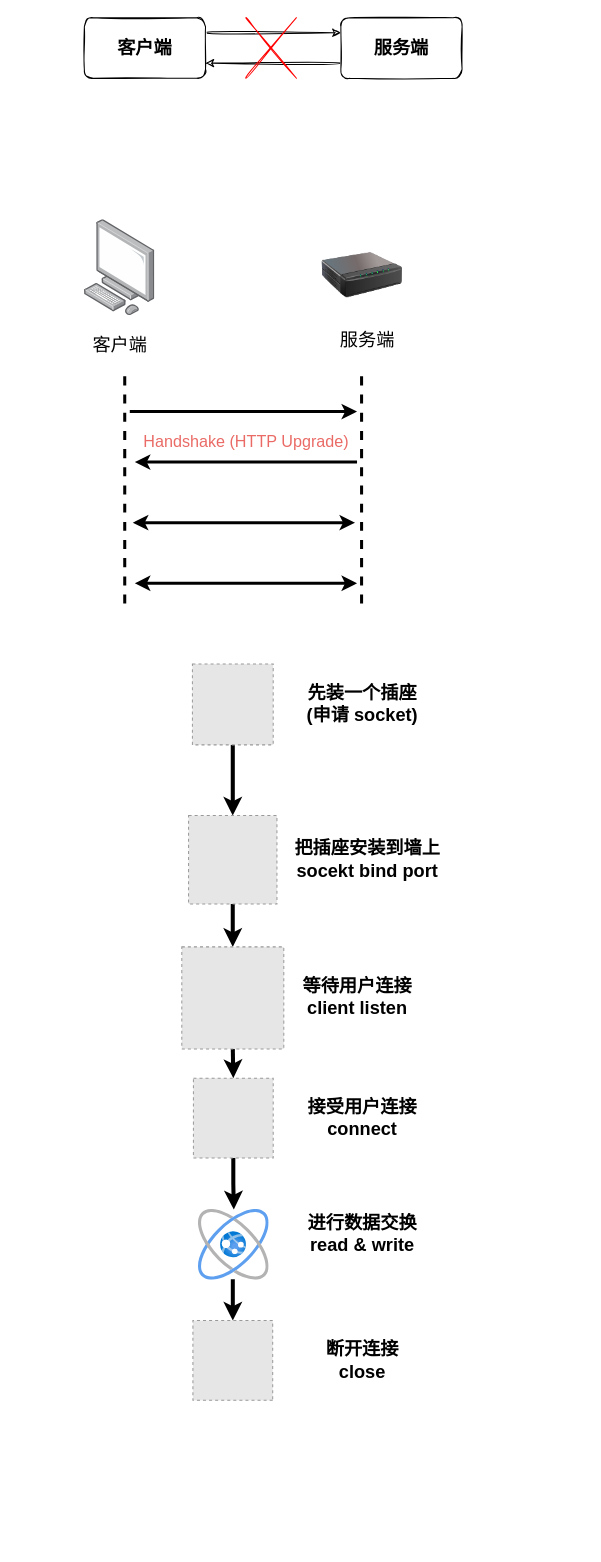
Above: socket.drawio in C-wx/MindManager (draw.io), before the change. Source tidied: cells renumbered, new cells numbered last; positions are measured from the earlier drawing's top-left corner, leaving out a move shared by most shapes. Both pictures are drawn from the tidied source at 101%, with x=0, y=0 at pixel (84, 17). Pictures stored in the file or linked from it are replaced by grey dashed boxes.
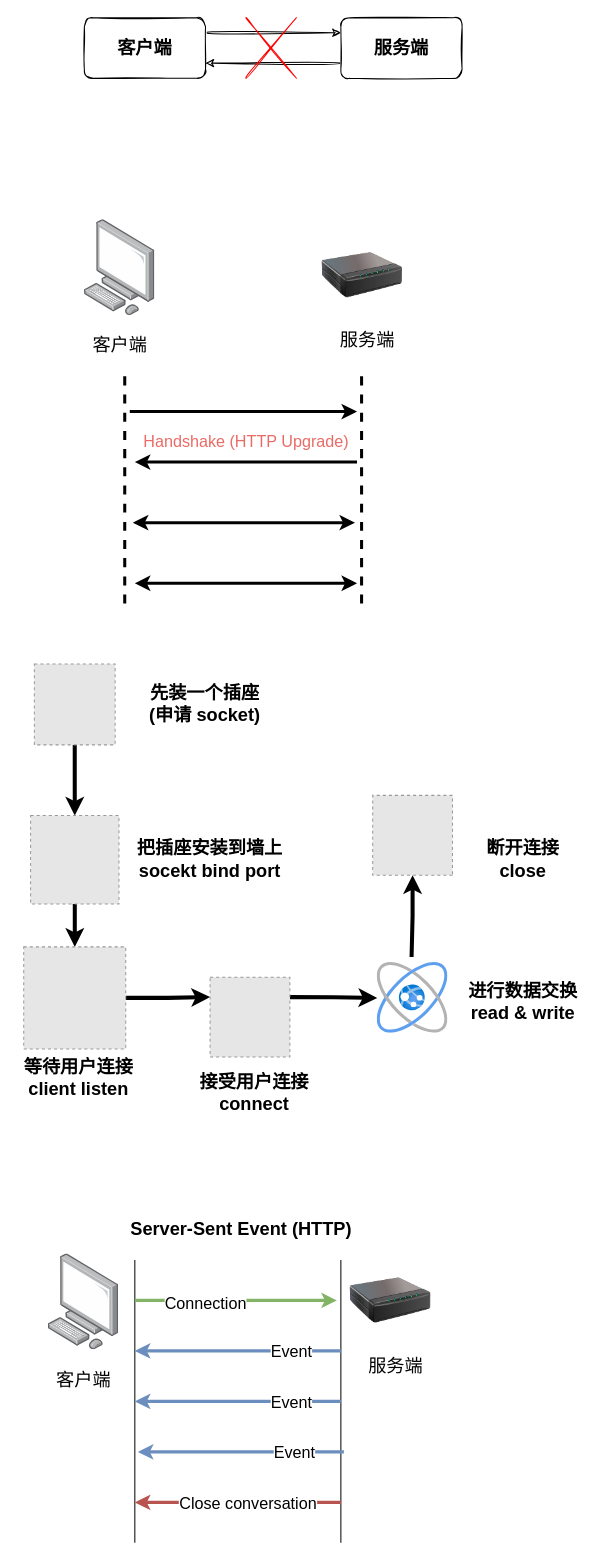
The same page after the edit.

Change to the diagram source:
```diff
@@
     <mxCell id="20" style="fillColor=#E6E6E6;strokeColor=#999999;dashed=1;html=1;verticalAlign=top;verticalLabelPosition=bottom;labelBackgroundColor=#ffffff;" parent="1" vertex="1">
-      <mxGeometry x="107" y="640" width="80" height="80" as="geometry" />
+      <mxGeometry x="-49.5" y="640" width="80" height="80" as="geometry" />
     </mxCell>
@@
     <mxCell id="22" style="fillColor=#E6E6E6;strokeColor=#999999;dashed=1;html=1;verticalAlign=top;verticalLabelPosition=bottom;labelBackgroundColor=#ffffff;" parent="1" vertex="1">
-      <mxGeometry x="103.2" y="790" width="87.5" height="87.5" as="geometry" />
+      <mxGeometry x="-53.2" y="790" width="87.5" height="87.5" as="geometry" />
     </mxCell>
-    <mxCell id="23" style="edgeStyle=orthogonalEdgeStyle;rounded=0;jettySize=auto;html=1;exitX=0.5;exitY=1;exitDx=0;exitDy=0;entryX=0.5;entryY=0;entryDx=0;entryDy=0;strokeWidth=4;" parent="1" edge="1" source="24" target="26">
+    <mxCell id="23" style="edgeStyle=orthogonalEdgeStyle;rounded=0;jettySize=auto;html=1;exitX=1;exitY=0.5;exitDx=0;exitDy=0;entryX=0;entryY=0.25;entryDx=0;entryDy=0;strokeWidth=4;" parent="1" edge="1" source="24" target="26">
       <mxGeometry relative="1" as="geometry" />
     </mxCell>
     <mxCell id="24" style="fillColor=#E6E6E6;strokeColor=#999999;dashed=1;html=1;verticalAlign=top;verticalLabelPosition=bottom;labelBackgroundColor=#ffffff;" parent="1" vertex="1">
-      <mxGeometry x="96.5" y="920" width="101" height="101" as="geometry" />
+      <mxGeometry x="-60" y="920" width="101" height="101" as="geometry" />
     </mxCell>
-    <mxCell id="25" style="edgeStyle=orthogonalEdgeStyle;rounded=0;jettySize=auto;html=1;exitX=0.5;exitY=1;exitDx=0;exitDy=0;strokeWidth=4;" parent="1" edge="1" source="26" target="27">
+    <mxCell id="25" style="edgeStyle=orthogonalEdgeStyle;rounded=0;jettySize=auto;html=1;exitX=1;exitY=0.25;exitDx=0;exitDy=0;strokeWidth=4;" parent="1" edge="1" source="26" target="27">
       <mxGeometry relative="1" as="geometry" />
     </mxCell>
     <mxCell id="26" style="fillColor=#E6E6E6;strokeColor=#999999;dashed=1;html=1;verticalAlign=top;verticalLabelPosition=bottom;labelBackgroundColor=#ffffff;" parent="1" vertex="1">
-      <mxGeometry x="108" y="1050" width="79" height="79" as="geometry" />
+      <mxGeometry x="124.5" y="950" width="79" height="79" as="geometry" />
     </mxCell>
     <mxCell id="27" style="html=1;points=[];align=center;image;fontSize=12;image=img/lib/azure2/general/Website_Power.svg;strokeWidth=4;" parent="1" vertex="1">
-      <mxGeometry x="113" y="1180" width="70" height="70" as="geometry" />
+      <mxGeometry x="290" y="935.5" width="70" height="70" as="geometry" />
     </mxCell>
-    <mxCell id="28" style="edgeStyle=orthogonalEdgeStyle;rounded=0;jettySize=auto;html=1;exitX=0.5;exitY=1;exitDx=0;exitDy=0;entryX=0.486;entryY=0.986;entryDx=0;entryDy=0;entryPerimeter=0;endArrow=none;endFill=0;startArrow=classic;startFill=1;strokeWidth=4;" parent="1" edge="1" source="29" target="27">
-      <mxGeometry relative="1" as="geometry" />
+    <mxCell id="28" style="edgeStyle=orthogonalEdgeStyle;rounded=0;jettySize=auto;html=1;exitX=0.5;exitY=0;exitDx=0;exitDy=0;endArrow=none;endFill=0;startArrow=classic;startFill=1;strokeWidth=4;" parent="1" edge="1" source="29">
+      <mxGeometry relative="1" as="geometry">
+        <mxPoint x="324" y="930" as="targetPoint" />
+      </mxGeometry>
     </mxCell>
     <mxCell id="29" style="fillColor=#E6E6E6;strokeColor=#999999;dashed=1;html=1;verticalAlign=top;verticalLabelPosition=bottom;labelBackgroundColor=#ffffff;rotation=-180;" parent="1" vertex="1">
-      <mxGeometry x="107.5" y="1290" width="79" height="79" as="geometry" />
+      <mxGeometry x="285.5" y="770" width="79" height="79" as="geometry" />
     </mxCell>
     <mxCell id="30" value="&lt;b&gt;&lt;font style=&quot;font-size: 18px&quot;&gt;先装一个插座&lt;br&gt;(申请 socket)&lt;br&gt;&lt;/font&gt;&lt;/b&gt;" style="text;html=1;align=center;verticalAlign=middle;strokeColor=none;fillColor=none;" parent="1" vertex="1">
-      <mxGeometry x="210" y="660" width="130" height="40" as="geometry" />
+      <mxGeometry x="53.5" y="660" width="130" height="40" as="geometry" />
     </mxCell>
     <mxCell id="31" value="&lt;b&gt;把插座安装到墙上&lt;br&gt;socekt bind port&lt;br&gt;&lt;/b&gt;" style="text;html=1;align=center;verticalAlign=middle;strokeColor=none;fillColor=none;fontSize=18;" parent="1" vertex="1">
-      <mxGeometry x="200" y="808.8" width="160" height="50" as="geometry" />
+      <mxGeometry x="43.5" y="808.8" width="160" height="50" as="geometry" />
     </mxCell>
     <mxCell id="32" value="&lt;b&gt;等待用户连接&lt;br&gt;client listen&lt;/b&gt;" style="text;html=1;align=center;verticalAlign=middle;strokeColor=none;fillColor=none;fontSize=18;" parent="1" vertex="1">
-      <mxGeometry x="210" y="945" width="120" height="50" as="geometry" />
+      <mxGeometry x="-66.5" y="1024.5" width="120" height="50" as="geometry" />
     </mxCell>
@@
     <mxCell id="34" value="&lt;b&gt;接受用户连接&lt;br&gt;connect&lt;/b&gt;" style="text;html=1;align=center;verticalAlign=middle;strokeColor=none;fillColor=none;fontSize=18;" parent="1" vertex="1">
-      <mxGeometry x="215" y="1064.5" width="120" height="50" as="geometry" />
+      <mxGeometry x="107.5" y="1040" width="120" height="50" as="geometry" />
     </mxCell>
     <mxCell id="35" value="&lt;b&gt;进行数据交换&lt;br&gt;read &amp;amp; write&lt;br&gt;&lt;/b&gt;" style="text;html=1;align=center;verticalAlign=middle;strokeColor=none;fillColor=none;fontSize=18;" parent="1" vertex="1">
-      <mxGeometry x="215" y="1180" width="120" height="50" as="geometry" />
+      <mxGeometry x="374" y="950" width="120" height="50" as="geometry" />
     </mxCell>
     <mxCell id="36" value="&lt;b&gt;断开连接&lt;br&gt;close&lt;/b&gt;" style="text;html=1;align=center;verticalAlign=middle;strokeColor=none;fillColor=none;fontSize=18;" parent="1" vertex="1">
-      <mxGeometry x="230" y="1304.5" width="90" height="50" as="geometry" />
+      <mxGeometry x="389" y="808.8" width="90" height="50" as="geometry" />
     </mxCell>
+    <mxCell id="37" value="&lt;b&gt;&lt;font style=&quot;font-size: 18px&quot;&gt;Server-Sent Event (HTTP)&lt;/font&gt;&lt;/b&gt;" style="text;html=1;align=center;verticalAlign=middle;strokeColor=none;fillColor=none;" parent="1" vertex="1">
+      <mxGeometry x="40" y="1190" width="230" height="20" as="geometry" />
+    </mxCell>
+    <mxCell id="38" style="group;" parent="1" vertex="1">
+      <mxGeometry x="-35.8" y="1224" width="70" height="140" as="geometry" />
+    </mxCell>
+    <mxCell id="39" style="html=1;align=center;shadow=0;dashed=0;image;image=img/lib/allied_telesis/computer_and_terminals/Personal_Computer.svg;sketch=1;fontSize=18;fontColor=#EA6B66;" parent="38" vertex="1">
+      <mxGeometry width="70" height="94.9" as="geometry" />
+    </mxCell>
+    <mxCell id="40" value="客户端" style="text;html=1;align=center;verticalAlign=middle;strokeColor=none;fillColor=none;fontSize=18;fontColor=#000000;" parent="38" vertex="1">
+      <mxGeometry y="110" width="70" height="30" as="geometry" />
+    </mxCell>
+    <mxCell id="41" style="group;" parent="1" vertex="1">
+      <mxGeometry x="263" y="1230" width="80" height="120.1" as="geometry" />
+    </mxCell>
+    <mxCell id="42" style="image;html=1;image=img/lib/clip_art/networking/Print_Server_128x128.png;sketch=1;fontSize=18;fontColor=#EA6B66;" parent="41" vertex="1">
+      <mxGeometry width="80" height="80" as="geometry" />
+    </mxCell>
+    <mxCell id="43" value="服务端" style="text;html=1;align=center;verticalAlign=middle;strokeColor=none;fillColor=none;fontSize=18;fontColor=#000000;" parent="41" vertex="1">
+      <mxGeometry x="10" y="90.1" width="70" height="30" as="geometry" />
+    </mxCell>
+    <mxCell id="44" style="endArrow=none;html=1;rounded=0;fontSize=16;" parent="1" edge="1">
+      <mxGeometry relative="1" as="geometry">
+        <mxPoint x="50" y="1510" as="sourcePoint" />
+        <mxPoint x="50" y="1230" as="targetPoint" />
+      </mxGeometry>
+    </mxCell>
+    <mxCell id="45" style="endArrow=none;html=1;rounded=0;fontSize=16;" parent="1" edge="1">
+      <mxGeometry relative="1" as="geometry">
+        <mxPoint x="254" y="1510" as="sourcePoint" />
+        <mxPoint x="254" y="1230" as="targetPoint" />
+      </mxGeometry>
+    </mxCell>
+    <mxCell id="46" style="endArrow=classic;html=1;rounded=0;fontSize=16;fillColor=#d5e8d4;gradientColor=#97d077;strokeColor=#82b366;strokeWidth=3;" parent="1" edge="1">
+      <mxGeometry relative="1" as="geometry">
+        <mxPoint x="50" y="1270" as="sourcePoint" />
+        <mxPoint x="250" y="1270" as="targetPoint" />
+      </mxGeometry>
+    </mxCell>
+    <mxCell id="47" value="Connection" style="edgeLabel;html=1;align=center;verticalAlign=middle;fontSize=16;" parent="46" vertex="1">
+      <mxGeometry x="-0.77" y="3" relative="1" as="geometry">
+        <mxPoint x="46" y="5" as="offset" />
+      </mxGeometry>
+    </mxCell>
+    <mxCell id="48" style="endArrow=classic;html=1;rounded=0;fontSize=16;fillColor=#dae8fc;gradientColor=#7ea6e0;strokeColor=#6c8ebf;strokeWidth=3;" parent="1" edge="1">
+      <mxGeometry relative="1" as="geometry">
+        <mxPoint x="254" y="1320" as="sourcePoint" />
+        <mxPoint x="50" y="1320" as="targetPoint" />
+      </mxGeometry>
+    </mxCell>
+    <mxCell id="49" value="Event" style="edgeLabel;html=1;align=center;verticalAlign=middle;fontSize=16;" parent="48" vertex="1">
+      <mxGeometry x="-0.77" y="3" relative="1" as="geometry">
+        <mxPoint x="-27" y="-3" as="offset" />
+      </mxGeometry>
+    </mxCell>
+    <mxCell id="50" style="endArrow=classic;html=1;rounded=0;fontSize=16;fillColor=#dae8fc;gradientColor=#7ea6e0;strokeColor=#6c8ebf;strokeWidth=3;" parent="1" edge="1">
+      <mxGeometry relative="1" as="geometry">
+        <mxPoint x="254" y="1370" as="sourcePoint" />
+        <mxPoint x="50" y="1370" as="targetPoint" />
+      </mxGeometry>
+    </mxCell>
+    <mxCell id="51" value="Event" style="edgeLabel;html=1;align=center;verticalAlign=middle;fontSize=16;" parent="50" vertex="1">
+      <mxGeometry x="-0.77" y="3" relative="1" as="geometry">
+        <mxPoint x="-27" y="-3" as="offset" />
+      </mxGeometry>
+    </mxCell>
+    <mxCell id="52" style="endArrow=classic;html=1;rounded=0;fontSize=16;fillColor=#dae8fc;gradientColor=#7ea6e0;strokeColor=#6c8ebf;strokeWidth=3;" parent="1" edge="1">
+      <mxGeometry relative="1" as="geometry">
+        <mxPoint x="257" y="1420" as="sourcePoint" />
+        <mxPoint x="53" y="1420" as="targetPoint" />
+      </mxGeometry>
+    </mxCell>
+    <mxCell id="53" value="Event" style="edgeLabel;html=1;align=center;verticalAlign=middle;fontSize=16;" parent="52" vertex="1">
+      <mxGeometry x="-0.77" y="3" relative="1" as="geometry">
+        <mxPoint x="-27" y="-3" as="offset" />
+      </mxGeometry>
+    </mxCell>
+    <mxCell id="54" style="endArrow=classic;html=1;rounded=0;fontSize=16;fillColor=#f8cecc;gradientColor=#ea6b66;strokeColor=#b85450;strokeWidth=3;" parent="1" edge="1">
+      <mxGeometry relative="1" as="geometry">
+        <mxPoint x="254" y="1470" as="sourcePoint" />
+        <mxPoint x="50" y="1470" as="targetPoint" />
+      </mxGeometry>
+    </mxCell>
+    <mxCell id="55" value="Close conversation" style="edgeLabel;html=1;align=center;verticalAlign=middle;fontSize=16;" parent="54" vertex="1">
+      <mxGeometry x="-0.77" y="3" relative="1" as="geometry">
+        <mxPoint x="-70" y="-3" as="offset" />
+      </mxGeometry>
+    </mxCell>
```
